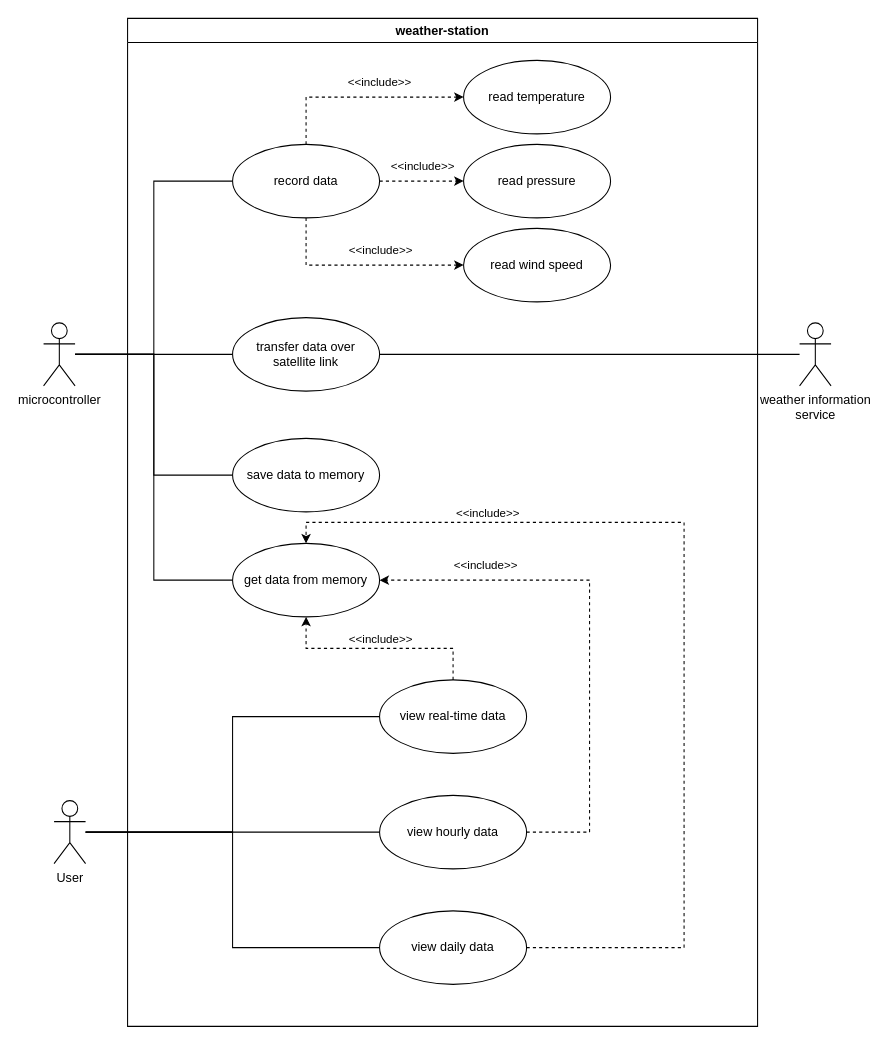
Earlier version of the draw.io diagram lab2/doc/sdq_lab2_functional_design.drawio (matas-noreika/software_design_and_quality). Source tidied: cells renumbered, new cells numbered last; positions are measured from the earlier drawing's top-left corner, leaving out a move shared by most shapes. Both pictures are drawn from the tidied source at 105%, with x=0, y=0 at pixel (43, 18).
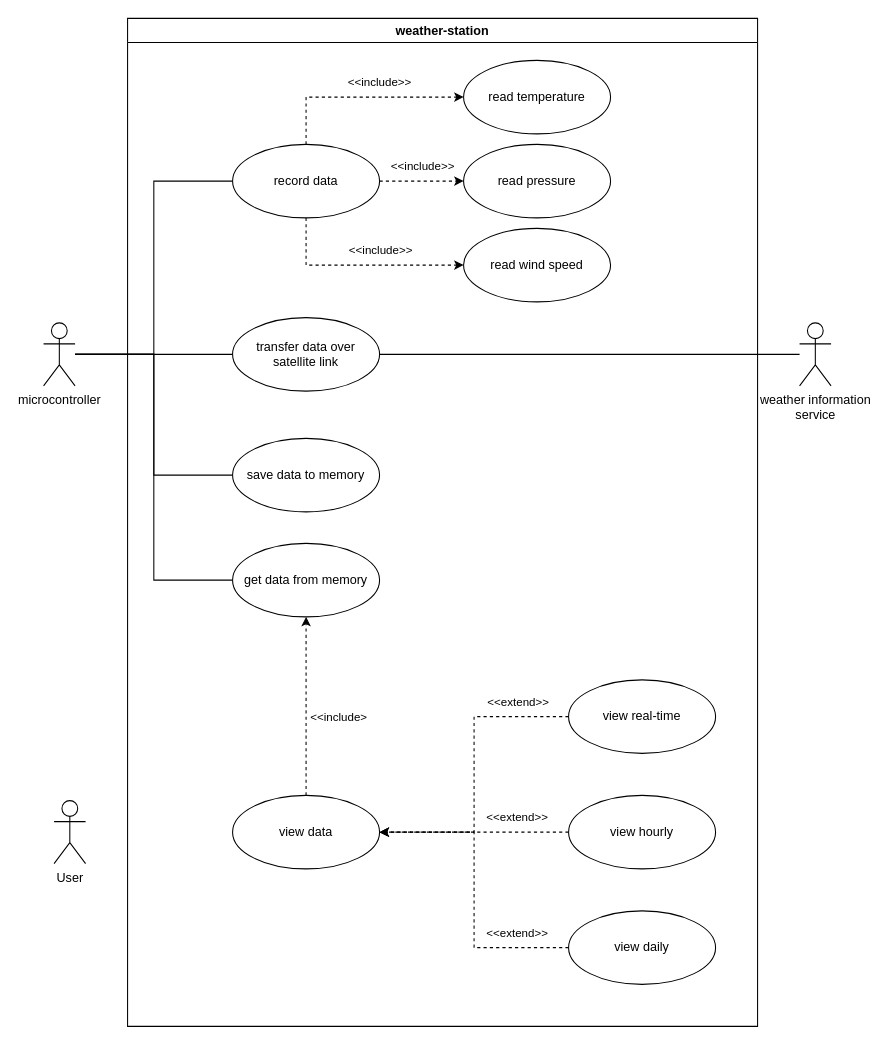
The same page after the edit.

Unchanged cells that the change refers to:
```xml
<mxCell id="7" value="weather-station" style="swimlane;" parent="1" vertex="1">
  <mxGeometry x="80" width="600" height="960" as="geometry" />
</mxCell>
<mxCell id="29" value="get data from memory" style="ellipse;whiteSpace=wrap;html=1;" parent="7" vertex="1">
  <mxGeometry x="100" y="500" width="140" height="70" as="geometry" />
</mxCell>
<mxCell id="32" value="User" style="shape=umlActor;verticalLabelPosition=bottom;verticalAlign=top;html=1;outlineConnect=0;" parent="1" vertex="1">
  <mxGeometry x="10" y="745" width="30" height="60" as="geometry" />
</mxCell>
```

Change to the diagram source:
```diff
@@
-    <mxCell id="20" style="edgeStyle=orthogonalEdgeStyle;rounded=0;jettySize=auto;html=1;entryX=1;entryY=0.5;entryDx=0;entryDy=0;dashed=1;" parent="7" edge="1" source="22" target="29">
-      <mxGeometry relative="1" as="geometry">
-        <Array as="points">
-          <mxPoint x="440" y="775" />
-          <mxPoint x="440" y="535" />
-        </Array>
-      </mxGeometry>
-    </mxCell>
-    <mxCell id="21" value="&amp;lt;&amp;lt;include&amp;gt;&amp;gt;" style="edgeLabel;html=1;align=center;verticalAlign=middle;" parent="20" vertex="1">
-      <mxGeometry x="0.58" relative="1" as="geometry">
-        <mxPoint x="-5" y="-15" as="offset" />
-      </mxGeometry>
-    </mxCell>
+    <mxCell id="36" style="edgeStyle=orthogonalEdgeStyle;rounded=0;jettySize=auto;html=1;entryX=1;entryY=0.5;entryDx=0;entryDy=0;dashed=1;" parent="7" edge="1" source="22" target="42">
+      <mxGeometry relative="1" as="geometry" />
+    </mxCell>
-    <mxCell id="22" value="view hourly data" style="ellipse;whiteSpace=wrap;html=1;" parent="7" vertex="1">
-      <mxGeometry x="240" y="740" width="140" height="70" as="geometry" />
+    <mxCell id="22" value="view hourly" style="ellipse;whiteSpace=wrap;html=1;" parent="7" vertex="1">
+      <mxGeometry x="420" y="740" width="140" height="70" as="geometry" />
     </mxCell>
-    <mxCell id="23" style="edgeStyle=orthogonalEdgeStyle;rounded=0;jettySize=auto;html=1;entryX=0.5;entryY=1;entryDx=0;entryDy=0;dashed=1;" parent="7" edge="1" source="25" target="29">
-      <mxGeometry relative="1" as="geometry" />
-    </mxCell>
-    <mxCell id="24" value="&amp;lt;&amp;lt;include&amp;gt;&amp;gt;" style="edgeLabel;html=1;align=center;verticalAlign=middle;" parent="23" vertex="1">
-      <mxGeometry x="0.04" y="3" relative="1" as="geometry">
-        <mxPoint x="4" y="-13" as="offset" />
-      </mxGeometry>
-    </mxCell>
+    <mxCell id="37" style="edgeStyle=orthogonalEdgeStyle;rounded=0;jettySize=auto;html=1;entryX=1;entryY=0.5;entryDx=0;entryDy=0;dashed=1;" parent="7" edge="1" source="25" target="42">
+      <mxGeometry relative="1" as="geometry" />
+    </mxCell>
+    <mxCell id="38" value="&amp;lt;&amp;lt;extend&amp;gt;&amp;gt;" style="edgeLabel;html=1;align=center;verticalAlign=middle;" parent="37" vertex="1">
+      <mxGeometry x="-0.53" y="-3" relative="1" as="geometry">
+        <mxPoint x="19" y="-12" as="offset" />
+      </mxGeometry>
+    </mxCell>
-    <mxCell id="25" value="view real-time data" style="ellipse;whiteSpace=wrap;html=1;" parent="7" vertex="1">
-      <mxGeometry x="240" y="630" width="140" height="70" as="geometry" />
+    <mxCell id="25" value="view real-time" style="ellipse;whiteSpace=wrap;html=1;" parent="7" vertex="1">
+      <mxGeometry x="420" y="630" width="140" height="70" as="geometry" />
     </mxCell>
-    <mxCell id="26" style="edgeStyle=orthogonalEdgeStyle;rounded=0;jettySize=auto;html=1;entryX=0.5;entryY=0;entryDx=0;entryDy=0;dashed=1;" parent="7" edge="1" source="28" target="29">
-      <mxGeometry relative="1" as="geometry">
-        <Array as="points">
-          <mxPoint x="530" y="885" />
-          <mxPoint x="530" y="480" />
-          <mxPoint x="170" y="480" />
-        </Array>
-      </mxGeometry>
-    </mxCell>
-    <mxCell id="27" value="&amp;lt;&amp;lt;include&amp;gt;&amp;gt;" style="edgeLabel;html=1;align=center;verticalAlign=middle;" parent="26" vertex="1">
-      <mxGeometry x="0.59" y="1" relative="1" as="geometry">
-        <mxPoint y="-11" as="offset" />
-      </mxGeometry>
-    </mxCell>
+    <mxCell id="39" style="edgeStyle=orthogonalEdgeStyle;rounded=0;jettySize=auto;html=1;entryX=1;entryY=0.5;entryDx=0;entryDy=0;dashed=1;" parent="7" edge="1" source="28" target="42">
+      <mxGeometry relative="1" as="geometry" />
+    </mxCell>
-    <mxCell id="28" value="view daily data" style="ellipse;whiteSpace=wrap;html=1;" parent="7" vertex="1">
-      <mxGeometry x="240" y="850" width="140" height="70" as="geometry" />
+    <mxCell id="28" value="view daily" style="ellipse;whiteSpace=wrap;html=1;" parent="7" vertex="1">
+      <mxGeometry x="420" y="850" width="140" height="70" as="geometry" />
     </mxCell>
@@
+    <mxCell id="40" style="edgeStyle=orthogonalEdgeStyle;rounded=0;jettySize=auto;html=1;entryX=0.5;entryY=1;entryDx=0;entryDy=0;dashed=1;" parent="7" edge="1" source="42" target="29">
+      <mxGeometry relative="1" as="geometry" />
+    </mxCell>
+    <mxCell id="41" value="&amp;lt;&amp;lt;include&amp;gt;" style="edgeLabel;html=1;align=center;verticalAlign=middle;" parent="40" vertex="1">
+      <mxGeometry x="-0.11" relative="1" as="geometry">
+        <mxPoint x="30" y="1" as="offset" />
+      </mxGeometry>
+    </mxCell>
+    <mxCell id="42" value="view data" style="ellipse;whiteSpace=wrap;html=1;" parent="7" vertex="1">
+      <mxGeometry x="100" y="740" width="140" height="70" as="geometry" />
+    </mxCell>
+    <mxCell id="43" value="&amp;lt;&amp;lt;extend&amp;gt;&amp;gt;" style="edgeLabel;html=1;align=center;verticalAlign=middle;" parent="7" vertex="1">
+      <mxGeometry x="370" y="760" as="geometry" />
+    </mxCell>
+    <mxCell id="44" value="&amp;lt;&amp;lt;extend&amp;gt;&amp;gt;" style="edgeLabel;html=1;align=center;verticalAlign=middle;" parent="7" vertex="1">
+      <mxGeometry x="370" y="870" as="geometry" />
+    </mxCell>
@@
-    <mxCell id="33" style="edgeStyle=orthogonalEdgeStyle;rounded=0;jettySize=auto;html=1;entryX=0;entryY=0.5;entryDx=0;entryDy=0;endArrow=none;startFill=0;" parent="1" edge="1" source="32" target="28">
-      <mxGeometry relative="1" as="geometry" />
-    </mxCell>
-    <mxCell id="34" style="edgeStyle=orthogonalEdgeStyle;rounded=0;jettySize=auto;html=1;entryX=0;entryY=0.5;entryDx=0;entryDy=0;endArrow=none;startFill=0;" parent="1" edge="1" source="32" target="22">
-      <mxGeometry relative="1" as="geometry" />
-    </mxCell>
-    <mxCell id="35" style="edgeStyle=orthogonalEdgeStyle;rounded=0;jettySize=auto;html=1;entryX=0;entryY=0.5;entryDx=0;entryDy=0;endArrow=none;startFill=0;" parent="1" edge="1" source="32" target="25">
-      <mxGeometry relative="1" as="geometry" />
-    </mxCell>
```
